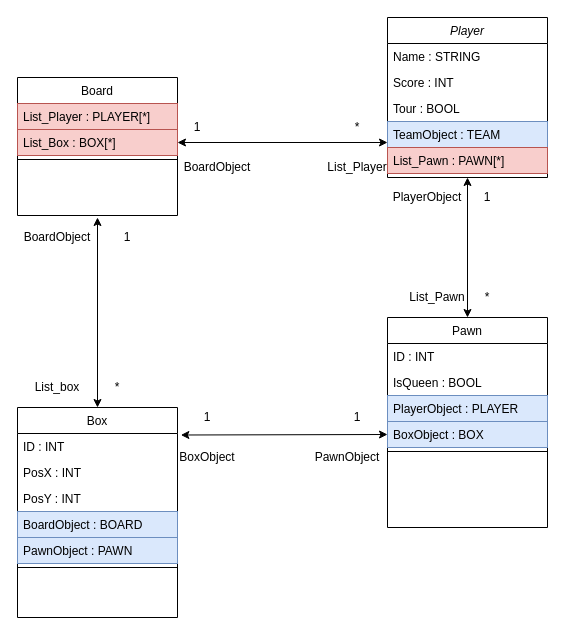
Earlier version of the draw.io diagram public/assets/ressources/Diagram_class.drawio (BaptisteLecat/Jeu-de-Dame). Source tidied: cells renumbered, new cells numbered last; positions are measured from the earlier drawing's top-left corner, leaving out a move shared by most shapes. Both pictures are drawn from the tidied source at 100%, with x=0, y=0 at pixel (17, 17).
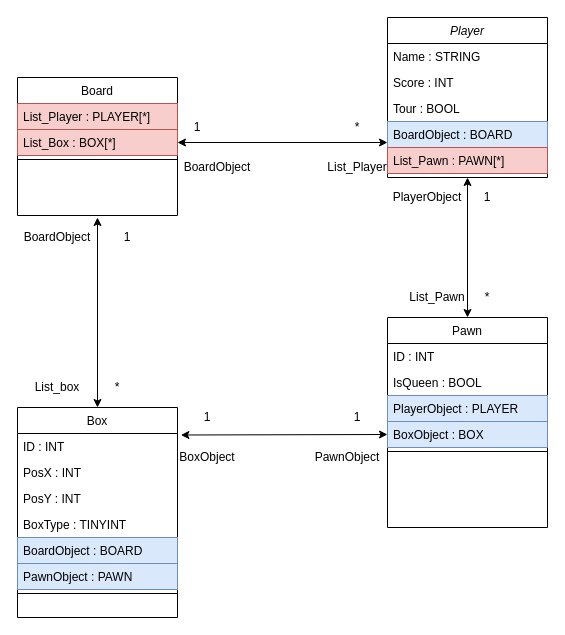
After the change.

The change refers to these unchanged cells:
```xml
<mxCell id="2" value="Player" style="swimlane;fontStyle=2;align=center;verticalAlign=top;horizontal=1;startSize=26;rounded=0;shadow=0;strokeWidth=1;" parent="1" vertex="1">
  <mxGeometry x="370" width="160" height="160" as="geometry" />
</mxCell>
<mxCell id="12" value="Box" style="swimlane;fontStyle=0;align=center;verticalAlign=top;horizontal=1;startSize=26;rounded=0;shadow=0;strokeWidth=1;" parent="1" vertex="1">
  <mxGeometry y="390" width="160" height="210" as="geometry" />
</mxCell>
```

The edit, as a diff of the source:
```diff
@@
-    <mxCell id="6" value="TeamObject : TEAM" style="text;align=left;verticalAlign=top;spacingLeft=4;spacingRight=4;overflow=hidden;rounded=0;shadow=0;html=0;fillColor=#dae8fc;strokeColor=#6c8ebf;fontColor=#000000;" parent="2" vertex="1">
+    <mxCell id="6" value="BoardObject : BOARD" style="text;align=left;verticalAlign=top;spacingLeft=4;spacingRight=4;overflow=hidden;rounded=0;shadow=0;html=0;fillColor=#dae8fc;strokeColor=#6c8ebf;fontColor=#000000;" parent="2" vertex="1">
       <mxGeometry y="104" width="160" height="26" as="geometry" />
     </mxCell>
@@
+    <mxCell id="45" value="BoxType : TINYINT" style="text;align=left;verticalAlign=top;spacingLeft=4;spacingRight=4;overflow=hidden;" parent="12" vertex="1">
+      <mxGeometry y="104" width="160" height="26" as="geometry" />
+    </mxCell>
     <mxCell id="16" value="BoardObject : BOARD" style="text;align=left;verticalAlign=top;spacingLeft=4;spacingRight=4;overflow=hidden;fillColor=#dae8fc;strokeColor=#6c8ebf;fontColor=#000000;" parent="12" vertex="1">
-      <mxGeometry y="104" width="160" height="26" as="geometry" />
+      <mxGeometry y="130" width="160" height="26" as="geometry" />
     </mxCell>
     <mxCell id="17" value="PawnObject : PAWN" style="text;align=left;verticalAlign=top;spacingLeft=4;spacingRight=4;overflow=hidden;fillColor=#dae8fc;strokeColor=#6c8ebf;fontColor=#000000;" parent="12" vertex="1">
-      <mxGeometry y="130" width="160" height="26" as="geometry" />
+      <mxGeometry y="156" width="160" height="26" as="geometry" />
     </mxCell>
     <mxCell id="18" style="line;html=1;strokeWidth=1;align=left;verticalAlign=middle;spacingTop=-1;spacingLeft=3;spacingRight=3;labelPosition=right;" parent="12" vertex="1">
-      <mxGeometry y="156" width="160" height="8" as="geometry" />
+      <mxGeometry y="182" width="160" height="8" as="geometry" />
     </mxCell>
```
